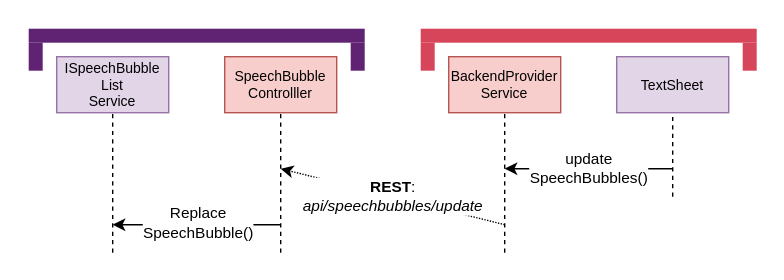
The draw.io diagram TechnicalDocumentation/arc42/img/Prozess_SpeechBubble_Update.drawio.svg in Subletic/Documentation, before a commit. Source tidied: cells renumbered, new cells last; positions are measured from the earlier drawing's top-left corner, leaving out a move shared by most shapes. Source of this version:
```xml
<mxGraphModel>
  <root>
    <mxCell id="0" />
    <mxCell id="1" parent="0" />
    <mxCell id="2" style="rounded=0;whiteSpace=wrap;html=1;strokeColor=none;" parent="1" vertex="1">
      <mxGeometry width="560" height="200" as="geometry" />
    </mxCell>
    <mxCell id="3" value="ISpeechBubble&lt;br&gt;List&lt;br&gt;Service" style="rounded=0;whiteSpace=wrap;html=1;fillColor=#e1d5e7;fontSize=10;strokeColor=#9673a6;" parent="1" vertex="1">
      <mxGeometry x="40" y="40" width="80" height="40" as="geometry" />
    </mxCell>
    <mxCell id="4" style="endArrow=none;html=1;rounded=0;dashed=1;entryX=0.5;entryY=1;entryDx=0;entryDy=0;" parent="1" edge="1" target="3">
      <mxGeometry relative="1" as="geometry">
        <mxPoint x="80" y="180" as="sourcePoint" />
      </mxGeometry>
    </mxCell>
    <mxCell id="5" style="endArrow=classic;html=1;rounded=0;" parent="1" edge="1">
      <mxGeometry relative="1" as="geometry">
        <mxPoint x="200" y="160" as="sourcePoint" />
        <mxPoint x="80" y="160" as="targetPoint" />
      </mxGeometry>
    </mxCell>
    <mxCell id="6" value="Replace&lt;br&gt;SpeechBubble()" style="edgeLabel;html=1;align=center;verticalAlign=middle;" parent="5" vertex="1">
      <mxGeometry x="-0.02" y="-1" relative="1" as="geometry" />
    </mxCell>
    <mxCell id="7" value="SpeechBubble&lt;br&gt;Controlller" style="rounded=0;whiteSpace=wrap;html=1;fillColor=#f8cecc;fontSize=10;strokeColor=#b85450;" parent="1" vertex="1">
      <mxGeometry x="160" y="40" width="80" height="40" as="geometry" />
    </mxCell>
    <mxCell id="8" style="endArrow=none;html=1;rounded=0;dashed=1;entryX=0.5;entryY=1;entryDx=0;entryDy=0;" parent="1" edge="1" target="7">
      <mxGeometry relative="1" as="geometry">
        <mxPoint x="200" y="180" as="sourcePoint" />
      </mxGeometry>
    </mxCell>
    <mxCell id="9" value="BackendProvider&lt;br&gt;Service" style="rounded=0;whiteSpace=wrap;html=1;fillColor=#f8cecc;fontSize=10;strokeColor=#b85450;" parent="1" vertex="1">
      <mxGeometry x="320" y="40" width="80" height="40" as="geometry" />
    </mxCell>
    <mxCell id="10" style="endArrow=none;html=1;rounded=0;dashed=1;entryX=0.5;entryY=1;entryDx=0;entryDy=0;" parent="1" edge="1" target="9">
      <mxGeometry relative="1" as="geometry">
        <mxPoint x="360" y="180" as="sourcePoint" />
      </mxGeometry>
    </mxCell>
    <mxCell id="11" value="TextSheet" style="rounded=0;whiteSpace=wrap;html=1;fillColor=#e1d5e7;fontSize=10;strokeColor=#9673a6;" parent="1" vertex="1">
      <mxGeometry x="440" y="40" width="80" height="40" as="geometry" />
    </mxCell>
    <mxCell id="12" style="endArrow=none;html=1;rounded=0;dashed=1;entryX=0.5;entryY=1;entryDx=0;entryDy=0;" parent="1" edge="1" target="11">
      <mxGeometry relative="1" as="geometry">
        <mxPoint x="480" y="140" as="sourcePoint" />
      </mxGeometry>
    </mxCell>
    <mxCell id="13" style="endArrow=classic;html=1;rounded=0;" parent="1" edge="1">
      <mxGeometry relative="1" as="geometry">
        <mxPoint x="480" y="120" as="sourcePoint" />
        <mxPoint x="360" y="120" as="targetPoint" />
      </mxGeometry>
    </mxCell>
    <mxCell id="14" value="update&lt;br&gt;SpeechBubbles()" style="edgeLabel;html=1;align=center;verticalAlign=middle;" parent="13" vertex="1">
      <mxGeometry x="-0.01" y="1" relative="1" as="geometry">
        <mxPoint x="-1" y="-1" as="offset" />
      </mxGeometry>
    </mxCell>
    <mxCell id="15" style="rounded=0;whiteSpace=wrap;html=1;strokeColor=none;fillColor=#602373;" parent="1" vertex="1">
      <mxGeometry x="20" y="30" width="10" height="20" as="geometry" />
    </mxCell>
    <mxCell id="16" style="rounded=0;whiteSpace=wrap;html=1;strokeColor=none;fillColor=#602373;" parent="1" vertex="1">
      <mxGeometry x="20" y="20" width="240" height="10" as="geometry" />
    </mxCell>
    <mxCell id="17" style="rounded=0;whiteSpace=wrap;html=1;strokeColor=none;fillColor=#602373;" parent="1" vertex="1">
      <mxGeometry x="250" y="30" width="10" height="20" as="geometry" />
    </mxCell>
    <mxCell id="18" style="rounded=0;whiteSpace=wrap;html=1;strokeColor=none;fillColor=#d7455a;" parent="1" vertex="1">
      <mxGeometry x="300" y="30" width="10" height="20" as="geometry" />
    </mxCell>
    <mxCell id="19" style="rounded=0;whiteSpace=wrap;html=1;strokeColor=none;fillColor=#d7455a;" parent="1" vertex="1">
      <mxGeometry x="300" y="20" width="240" height="10" as="geometry" />
    </mxCell>
    <mxCell id="20" style="rounded=0;whiteSpace=wrap;html=1;strokeColor=none;fillColor=#d7455a;" parent="1" vertex="1">
      <mxGeometry x="530" y="30" width="10" height="20" as="geometry" />
    </mxCell>
    <mxCell id="21" style="endArrow=classic;html=1;rounded=0;dashed=1;dashPattern=1 1;" parent="1" edge="1">
      <mxGeometry relative="1" as="geometry">
        <mxPoint x="360" y="160" as="sourcePoint" />
        <mxPoint x="200" y="120" as="targetPoint" />
      </mxGeometry>
    </mxCell>
    <mxCell id="22" value="&lt;b&gt;REST&lt;/b&gt;:&lt;br&gt;&lt;i&gt;api/speechbubbles/update&lt;/i&gt;" style="edgeLabel;html=1;align=center;verticalAlign=middle;" parent="21" vertex="1">
      <mxGeometry x="-0.01" y="1" relative="1" as="geometry">
        <mxPoint x="-1" y="-1" as="offset" />
      </mxGeometry>
    </mxCell>
  </root>
</mxGraphModel>
```
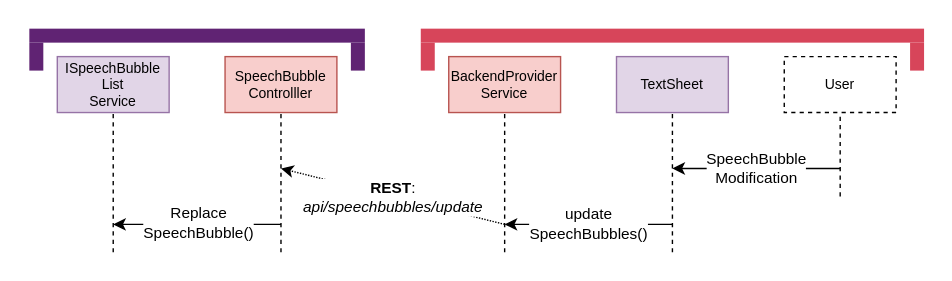
Above is the later version.

Commit message:
#138 docs: added text under process-diagrams

Diff of the diagram source:
```diff
@@ -3,7 +3,7 @@
     <mxCell id="0" />
     <mxCell id="1" parent="0" />
     <mxCell id="2" style="rounded=0;whiteSpace=wrap;html=1;strokeColor=none;" parent="1" vertex="1">
-      <mxGeometry width="560" height="200" as="geometry" />
+      <mxGeometry width="680" height="200" as="geometry" />
     </mxCell>
     <mxCell id="3" value="ISpeechBubble&lt;br&gt;List&lt;br&gt;Service" style="rounded=0;whiteSpace=wrap;html=1;fillColor=#e1d5e7;fontSize=10;strokeColor=#9673a6;" parent="1" vertex="1">
       <mxGeometry x="40" y="40" width="80" height="40" as="geometry" />
@@ -43,13 +43,13 @@
     </mxCell>
     <mxCell id="12" style="endArrow=none;html=1;rounded=0;dashed=1;entryX=0.5;entryY=1;entryDx=0;entryDy=0;" parent="1" edge="1" target="11">
       <mxGeometry relative="1" as="geometry">
-        <mxPoint x="480" y="140" as="sourcePoint" />
+        <mxPoint x="480" y="180" as="sourcePoint" />
       </mxGeometry>
     </mxCell>
     <mxCell id="13" style="endArrow=classic;html=1;rounded=0;" parent="1" edge="1">
       <mxGeometry relative="1" as="geometry">
-        <mxPoint x="480" y="120" as="sourcePoint" />
-        <mxPoint x="360" y="120" as="targetPoint" />
+        <mxPoint x="480" y="160" as="sourcePoint" />
+        <mxPoint x="360" y="160" as="targetPoint" />
       </mxGeometry>
     </mxCell>
     <mxCell id="14" value="update&lt;br&gt;SpeechBubbles()" style="edgeLabel;html=1;align=center;verticalAlign=middle;" parent="13" vertex="1">
@@ -70,10 +70,10 @@
       <mxGeometry x="300" y="30" width="10" height="20" as="geometry" />
     </mxCell>
     <mxCell id="19" style="rounded=0;whiteSpace=wrap;html=1;strokeColor=none;fillColor=#d7455a;" parent="1" vertex="1">
-      <mxGeometry x="300" y="20" width="240" height="10" as="geometry" />
+      <mxGeometry x="300" y="20" width="360" height="10" as="geometry" />
     </mxCell>
     <mxCell id="20" style="rounded=0;whiteSpace=wrap;html=1;strokeColor=none;fillColor=#d7455a;" parent="1" vertex="1">
-      <mxGeometry x="530" y="30" width="10" height="20" as="geometry" />
+      <mxGeometry x="650" y="30" width="10" height="20" as="geometry" />
     </mxCell>
     <mxCell id="21" style="endArrow=classic;html=1;rounded=0;dashed=1;dashPattern=1 1;" parent="1" edge="1">
       <mxGeometry relative="1" as="geometry">
@@ -86,5 +86,24 @@
         <mxPoint x="-1" y="-1" as="offset" />
       </mxGeometry>
     </mxCell>
+    <mxCell id="23" value="User" style="rounded=0;whiteSpace=wrap;html=1;fontSize=10;dashed=1;" parent="1" vertex="1">
+      <mxGeometry x="560" y="40" width="80" height="40" as="geometry" />
+    </mxCell>
+    <mxCell id="24" style="endArrow=none;html=1;rounded=0;dashed=1;entryX=0.5;entryY=1;entryDx=0;entryDy=0;" parent="1" edge="1" target="23">
+      <mxGeometry relative="1" as="geometry">
+        <mxPoint x="600" y="140" as="sourcePoint" />
+      </mxGeometry>
+    </mxCell>
+    <mxCell id="25" style="endArrow=classic;html=1;rounded=0;" parent="1" edge="1">
+      <mxGeometry relative="1" as="geometry">
+        <mxPoint x="600" y="120" as="sourcePoint" />
+        <mxPoint x="480" y="120" as="targetPoint" />
+      </mxGeometry>
+    </mxCell>
+    <mxCell id="26" value="SpeechBubble&lt;br&gt;Modification" style="edgeLabel;html=1;align=center;verticalAlign=middle;" parent="25" vertex="1">
+      <mxGeometry x="-0.01" y="1" relative="1" as="geometry">
+        <mxPoint x="-1" y="-1" as="offset" />
+      </mxGeometry>
+    </mxCell>
   </root>
 </mxGraphModel>
```
